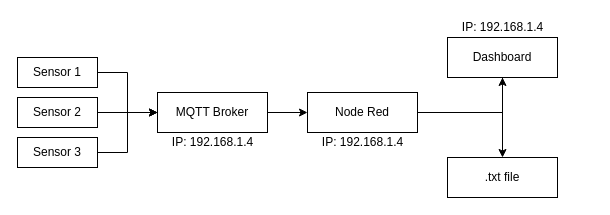
Earlier version of the draw.io diagram Documentation/systemArch.drawio (andrewcollison/HighTemp). Source tidied: cells renumbered, new cells numbered last; positions are measured from the earlier drawing's top-left corner, leaving out a move shared by most shapes. Both pictures are drawn from the tidied source at 100%, with x=0, y=0 at pixel (17, 17).
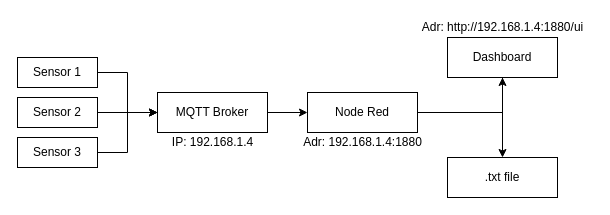
The same page after the edit.

Diff of the diagram source:
```diff
@@
 <mxGraphModel>
   <root>
     <mxCell id="0" />
     <mxCell id="1" parent="0" />
     <mxCell id="2" style="edgeStyle=orthogonalEdgeStyle;rounded=0;jettySize=auto;html=1;entryX=0;entryY=0.5;entryDx=0;entryDy=0;" parent="1" edge="1" source="3" target="9">
       <mxGeometry relative="1" as="geometry" />
     </mxCell>
     <mxCell id="3" value="Sensor 1" style="rounded=0;whiteSpace=wrap;html=1;" parent="1" vertex="1">
       <mxGeometry y="40" width="80" height="30" as="geometry" />
     </mxCell>
     <mxCell id="4" style="edgeStyle=orthogonalEdgeStyle;rounded=0;jettySize=auto;html=1;" parent="1" edge="1" source="5" target="9">
       <mxGeometry relative="1" as="geometry" />
     </mxCell>
     <mxCell id="5" value="Sensor 2" style="rounded=0;whiteSpace=wrap;html=1;" parent="1" vertex="1">
       <mxGeometry y="80" width="80" height="30" as="geometry" />
     </mxCell>
     <mxCell id="6" style="edgeStyle=orthogonalEdgeStyle;rounded=0;jettySize=auto;html=1;" parent="1" edge="1" source="7" target="9">
       <mxGeometry relative="1" as="geometry">
         <Array as="points">
           <mxPoint x="110" y="135" />
           <mxPoint x="110" y="95" />
         </Array>
       </mxGeometry>
     </mxCell>
     <mxCell id="7" value="Sensor 3" style="rounded=0;whiteSpace=wrap;html=1;" parent="1" vertex="1">
       <mxGeometry y="120" width="80" height="30" as="geometry" />
     </mxCell>
     <mxCell id="8" style="edgeStyle=orthogonalEdgeStyle;rounded=0;jettySize=auto;html=1;" parent="1" edge="1" source="9" target="11">
       <mxGeometry relative="1" as="geometry" />
     </mxCell>
     <mxCell id="9" value="MQTT Broker" style="rounded=0;whiteSpace=wrap;html=1;" parent="1" vertex="1">
       <mxGeometry x="140" y="75" width="110" height="40" as="geometry" />
     </mxCell>
     <mxCell id="10" style="edgeStyle=orthogonalEdgeStyle;rounded=0;jettySize=auto;html=1;" parent="1" edge="1" source="11" target="13">
       <mxGeometry relative="1" as="geometry" />
     </mxCell>
     <mxCell id="11" value="Node Red" style="rounded=0;whiteSpace=wrap;html=1;" parent="1" vertex="1">
       <mxGeometry x="290" y="75" width="110" height="40" as="geometry" />
     </mxCell>
     <mxCell id="12" style="edgeStyle=orthogonalEdgeStyle;rounded=0;jettySize=auto;html=1;" parent="1" edge="1" source="13" target="14">
       <mxGeometry relative="1" as="geometry" />
     </mxCell>
     <mxCell id="13" value="Dashboard" style="rounded=0;whiteSpace=wrap;html=1;" parent="1" vertex="1">
       <mxGeometry x="430" y="20" width="110" height="40" as="geometry" />
     </mxCell>
     <mxCell id="14" value=".txt file" style="rounded=0;whiteSpace=wrap;html=1;" parent="1" vertex="1">
       <mxGeometry x="430" y="140" width="110" height="40" as="geometry" />
     </mxCell>
     <mxCell id="15" value="IP: 192.168.1.4" style="text;html=1;align=center;verticalAlign=middle;" parent="1" vertex="1">
       <mxGeometry x="145" y="115" width="100" height="20" as="geometry" />
     </mxCell>
-    <mxCell id="16" value="IP: 192.168.1.4" style="text;html=1;align=center;verticalAlign=middle;" parent="1" vertex="1">
-      <mxGeometry x="295" y="115" width="100" height="20" as="geometry" />
+    <mxCell id="16" value="Adr: 192.168.1.4:1880" style="text;html=1;align=center;verticalAlign=middle;" parent="1" vertex="1">
+      <mxGeometry x="280" y="115" width="130" height="20" as="geometry" />
     </mxCell>
-    <mxCell id="17" value="IP: 192.168.1.4" style="text;html=1;align=center;verticalAlign=middle;" parent="1" vertex="1">
-      <mxGeometry x="435" width="100" height="20" as="geometry" />
+    <mxCell id="17" value="Adr:&amp;nbsp;http://192.168.1.4:1880/ui" style="text;html=1;align=center;verticalAlign=middle;" parent="1" vertex="1">
+      <mxGeometry x="395" width="180" height="20" as="geometry" />
     </mxCell>
   </root>
 </mxGraphModel>
```
